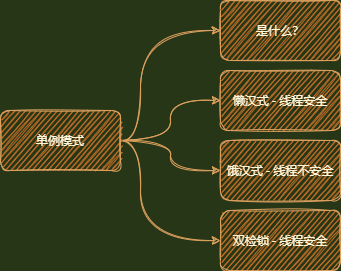
Above: 设计模式系列-单例模式.png in 171437912/drawfiles (draw.io), before the change. Source tidied: cells renumbered, new cells last; positions are measured from the earlier drawing's top-left corner, leaving out a move shared by most shapes. Source of this version:
```xml
<mxGraphModel background="#283618">
  <root>
    <mxCell id="0" />
    <mxCell id="1" parent="0" />
    <mxCell id="2" style="edgeStyle=orthogonalEdgeStyle;jettySize=auto;html=1;sketch=1;curved=1;strokeColor=#DDA15E;fontColor=#FEFAE0;labelBackgroundColor=#283618;" parent="1" edge="1" source="6" target="9">
      <mxGeometry relative="1" as="geometry">
        <Array as="points">
          <mxPoint x="140" y="140" />
          <mxPoint x="140" y="240" />
        </Array>
      </mxGeometry>
    </mxCell>
    <mxCell id="3" style="edgeStyle=orthogonalEdgeStyle;rounded=1;sketch=1;jettySize=auto;html=1;exitX=1;exitY=0.5;exitDx=0;exitDy=0;entryX=0;entryY=0.5;entryDx=0;entryDy=0;curved=1;strokeColor=#DDA15E;fontColor=#FEFAE0;labelBackgroundColor=#283618;" parent="1" edge="1" source="6" target="7">
      <mxGeometry relative="1" as="geometry">
        <Array as="points">
          <mxPoint x="140" y="140" />
          <mxPoint x="140" y="30" />
          <mxPoint x="220" y="30" />
        </Array>
      </mxGeometry>
    </mxCell>
    <mxCell id="4" style="edgeStyle=orthogonalEdgeStyle;curved=1;rounded=1;sketch=1;jettySize=auto;html=1;exitX=1;exitY=0.5;exitDx=0;exitDy=0;entryX=0;entryY=0.5;entryDx=0;entryDy=0;strokeColor=#DDA15E;fontColor=#FEFAE0;labelBackgroundColor=#283618;" parent="1" edge="1" source="6" target="8">
      <mxGeometry relative="1" as="geometry" />
    </mxCell>
    <mxCell id="5" style="edgeStyle=orthogonalEdgeStyle;curved=1;rounded=1;sketch=1;jettySize=auto;html=1;exitX=1;exitY=0.5;exitDx=0;exitDy=0;entryX=0;entryY=0.5;entryDx=0;entryDy=0;strokeColor=#DDA15E;fontColor=#FEFAE0;labelBackgroundColor=#283618;" parent="1" edge="1" source="6" target="10">
      <mxGeometry relative="1" as="geometry" />
    </mxCell>
    <mxCell id="6" value="单例模式" style="whiteSpace=wrap;html=1;sketch=1;rounded=1;fillColor=#BC6C25;strokeColor=#DDA15E;fontColor=#FEFAE0;" parent="1" vertex="1">
      <mxGeometry y="110" width="120" height="60" as="geometry" />
    </mxCell>
    <mxCell id="7" value="是什么？" style="whiteSpace=wrap;html=1;sketch=1;rounded=1;fillColor=#BC6C25;strokeColor=#DDA15E;fontColor=#FEFAE0;" parent="1" vertex="1">
      <mxGeometry x="220" width="120" height="60" as="geometry" />
    </mxCell>
    <mxCell id="8" value="饿汉式 - 线程不安全" style="whiteSpace=wrap;html=1;sketch=1;rounded=1;fillColor=#BC6C25;strokeColor=#DDA15E;fontColor=#FEFAE0;" parent="1" vertex="1">
      <mxGeometry x="220" y="140" width="120" height="60" as="geometry" />
    </mxCell>
    <mxCell id="9" value="双检锁 - 线程安全" style="whiteSpace=wrap;html=1;sketch=1;rounded=1;fillColor=#BC6C25;strokeColor=#DDA15E;fontColor=#FEFAE0;" parent="1" vertex="1">
      <mxGeometry x="220" y="210" width="120" height="60" as="geometry" />
    </mxCell>
    <mxCell id="10" value="懒汉式 - 线程安全" style="whiteSpace=wrap;html=1;sketch=1;rounded=1;fillColor=#BC6C25;strokeColor=#DDA15E;fontColor=#FEFAE0;" parent="1" vertex="1">
      <mxGeometry x="220" y="70" width="120" height="60" as="geometry" />
    </mxCell>
  </root>
</mxGraphModel>
```
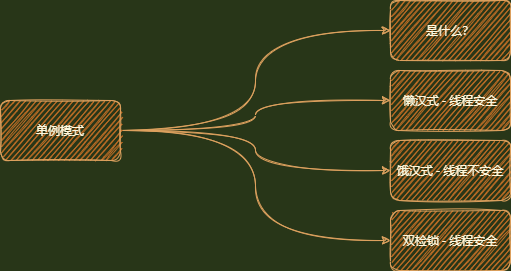
Later version of the same file.

Commit message:
更新设计模式系列-单例模式.png

Change to the diagram source:
```diff
@@ -2,42 +2,31 @@
   <root>
     <mxCell id="0" />
     <mxCell id="1" parent="0" />
+    <mxCell id="3" style="edgeStyle=orthogonalEdgeStyle;curved=1;rounded=1;sketch=1;jettySize=auto;html=1;exitX=1;exitY=0.5;exitDx=0;exitDy=0;entryX=0;entryY=0.5;entryDx=0;entryDy=0;fontColor=#FEFAE0;strokeColor=#DDA15E;fillColor=#BC6C25;" parent="1" edge="1" source="6" target="7">
+      <mxGeometry relative="1" as="geometry" />
+    </mxCell>
+    <mxCell id="5" style="edgeStyle=orthogonalEdgeStyle;curved=1;rounded=1;sketch=1;jettySize=auto;html=1;exitX=1;exitY=0.5;exitDx=0;exitDy=0;entryX=0;entryY=0.5;entryDx=0;entryDy=0;fontColor=#FEFAE0;strokeColor=#DDA15E;fillColor=#BC6C25;" parent="1" edge="1" source="6" target="10">
+      <mxGeometry relative="1" as="geometry" />
+    </mxCell>
+    <mxCell id="4" style="edgeStyle=orthogonalEdgeStyle;curved=1;rounded=1;sketch=1;jettySize=auto;html=1;exitX=1;exitY=0.5;exitDx=0;exitDy=0;fontColor=#FEFAE0;strokeColor=#DDA15E;fillColor=#BC6C25;" parent="1" edge="1" source="6" target="8">
+      <mxGeometry relative="1" as="geometry" />
+    </mxCell>
-    <mxCell id="2" style="edgeStyle=orthogonalEdgeStyle;jettySize=auto;html=1;sketch=1;curved=1;strokeColor=#DDA15E;fontColor=#FEFAE0;labelBackgroundColor=#283618;" parent="1" edge="1" source="6" target="9">
-      <mxGeometry relative="1" as="geometry">
-        <Array as="points">
-          <mxPoint x="140" y="140" />
-          <mxPoint x="140" y="240" />
-        </Array>
-      </mxGeometry>
+    <mxCell id="2" style="edgeStyle=orthogonalEdgeStyle;curved=1;rounded=1;sketch=1;jettySize=auto;html=1;exitX=1;exitY=0.5;exitDx=0;exitDy=0;entryX=0;entryY=0.5;entryDx=0;entryDy=0;fontColor=#FEFAE0;strokeColor=#DDA15E;fillColor=#BC6C25;" parent="1" edge="1" source="6" target="9">
+      <mxGeometry relative="1" as="geometry" />
     </mxCell>
-    <mxCell id="3" style="edgeStyle=orthogonalEdgeStyle;rounded=1;sketch=1;jettySize=auto;html=1;exitX=1;exitY=0.5;exitDx=0;exitDy=0;entryX=0;entryY=0.5;entryDx=0;entryDy=0;curved=1;strokeColor=#DDA15E;fontColor=#FEFAE0;labelBackgroundColor=#283618;" parent="1" edge="1" source="6" target="7">
-      <mxGeometry relative="1" as="geometry">
-        <Array as="points">
-          <mxPoint x="140" y="140" />
-          <mxPoint x="140" y="30" />
-          <mxPoint x="220" y="30" />
-        </Array>
-      </mxGeometry>
-    </mxCell>
-    <mxCell id="4" style="edgeStyle=orthogonalEdgeStyle;curved=1;rounded=1;sketch=1;jettySize=auto;html=1;exitX=1;exitY=0.5;exitDx=0;exitDy=0;entryX=0;entryY=0.5;entryDx=0;entryDy=0;strokeColor=#DDA15E;fontColor=#FEFAE0;labelBackgroundColor=#283618;" parent="1" edge="1" source="6" target="8">
-      <mxGeometry relative="1" as="geometry" />
-    </mxCell>
-    <mxCell id="5" style="edgeStyle=orthogonalEdgeStyle;curved=1;rounded=1;sketch=1;jettySize=auto;html=1;exitX=1;exitY=0.5;exitDx=0;exitDy=0;entryX=0;entryY=0.5;entryDx=0;entryDy=0;strokeColor=#DDA15E;fontColor=#FEFAE0;labelBackgroundColor=#283618;" parent="1" edge="1" source="6" target="10">
-      <mxGeometry relative="1" as="geometry" />
-    </mxCell>
-    <mxCell id="6" value="单例模式" style="whiteSpace=wrap;html=1;sketch=1;rounded=1;fillColor=#BC6C25;strokeColor=#DDA15E;fontColor=#FEFAE0;" parent="1" vertex="1">
-      <mxGeometry y="110" width="120" height="60" as="geometry" />
+    <mxCell id="6" value="单例模式" style="whiteSpace=wrap;html=1;fillColor=#BC6C25;strokeColor=#DDA15E;fontColor=#FEFAE0;sketch=1;rounded=1;" parent="1" vertex="1">
+      <mxGeometry x="-170" y="100" width="120" height="60" as="geometry" />
     </mxCell>
-    <mxCell id="7" value="是什么？" style="whiteSpace=wrap;html=1;sketch=1;rounded=1;fillColor=#BC6C25;strokeColor=#DDA15E;fontColor=#FEFAE0;" parent="1" vertex="1">
+    <mxCell id="7" value="是什么？" style="whiteSpace=wrap;html=1;fillColor=#BC6C25;strokeColor=#DDA15E;fontColor=#FEFAE0;sketch=1;rounded=1;" parent="1" vertex="1">
       <mxGeometry x="220" width="120" height="60" as="geometry" />
     </mxCell>
-    <mxCell id="8" value="饿汉式 - 线程不安全" style="whiteSpace=wrap;html=1;sketch=1;rounded=1;fillColor=#BC6C25;strokeColor=#DDA15E;fontColor=#FEFAE0;" parent="1" vertex="1">
+    <mxCell id="8" value="饿汉式 - 线程不安全" style="whiteSpace=wrap;html=1;fillColor=#BC6C25;strokeColor=#DDA15E;fontColor=#FEFAE0;sketch=1;rounded=1;" parent="1" vertex="1">
       <mxGeometry x="220" y="140" width="120" height="60" as="geometry" />
     </mxCell>
-    <mxCell id="9" value="双检锁 - 线程安全" style="whiteSpace=wrap;html=1;sketch=1;rounded=1;fillColor=#BC6C25;strokeColor=#DDA15E;fontColor=#FEFAE0;" parent="1" vertex="1">
+    <mxCell id="9" value="双检锁 - 线程安全" style="whiteSpace=wrap;html=1;fillColor=#BC6C25;strokeColor=#DDA15E;fontColor=#FEFAE0;sketch=1;rounded=1;" parent="1" vertex="1">
       <mxGeometry x="220" y="210" width="120" height="60" as="geometry" />
     </mxCell>
-    <mxCell id="10" value="懒汉式 - 线程安全" style="whiteSpace=wrap;html=1;sketch=1;rounded=1;fillColor=#BC6C25;strokeColor=#DDA15E;fontColor=#FEFAE0;" parent="1" vertex="1">
+    <mxCell id="10" value="懒汉式 - 线程安全" style="whiteSpace=wrap;html=1;fillColor=#BC6C25;strokeColor=#DDA15E;fontColor=#FEFAE0;sketch=1;rounded=1;" parent="1" vertex="1">
       <mxGeometry x="220" y="70" width="120" height="60" as="geometry" />
     </mxCell>
   </root>
```
